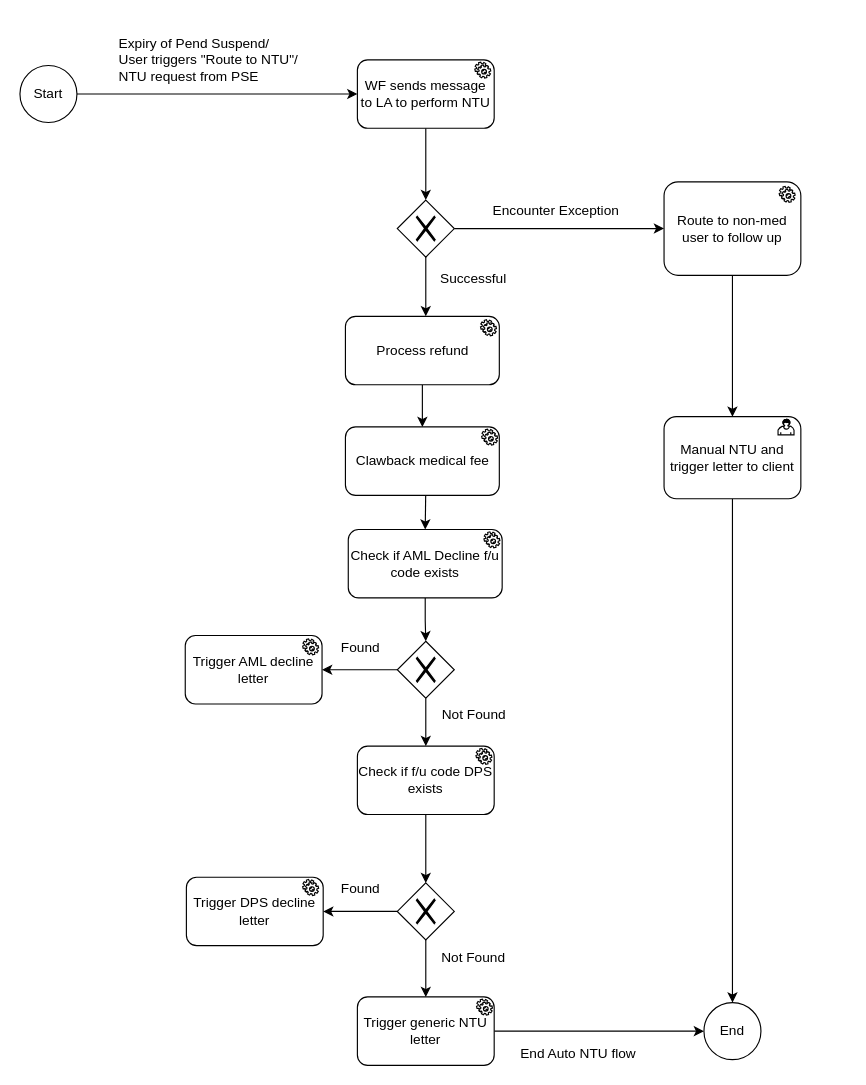
This is page "Auto NTU" (11 of 11) of HS.drawio from Jefferzonlee/WorkFlow-BPR, a draw.io file, before an edit. Source tidied: cells renumbered, new cells numbered last; positions are measured from the earlier drawing's top-left corner, leaving out a move shared by most shapes. Both pictures are drawn from the tidied source at 114%, with x=0, y=0 at pixel (19, 19).
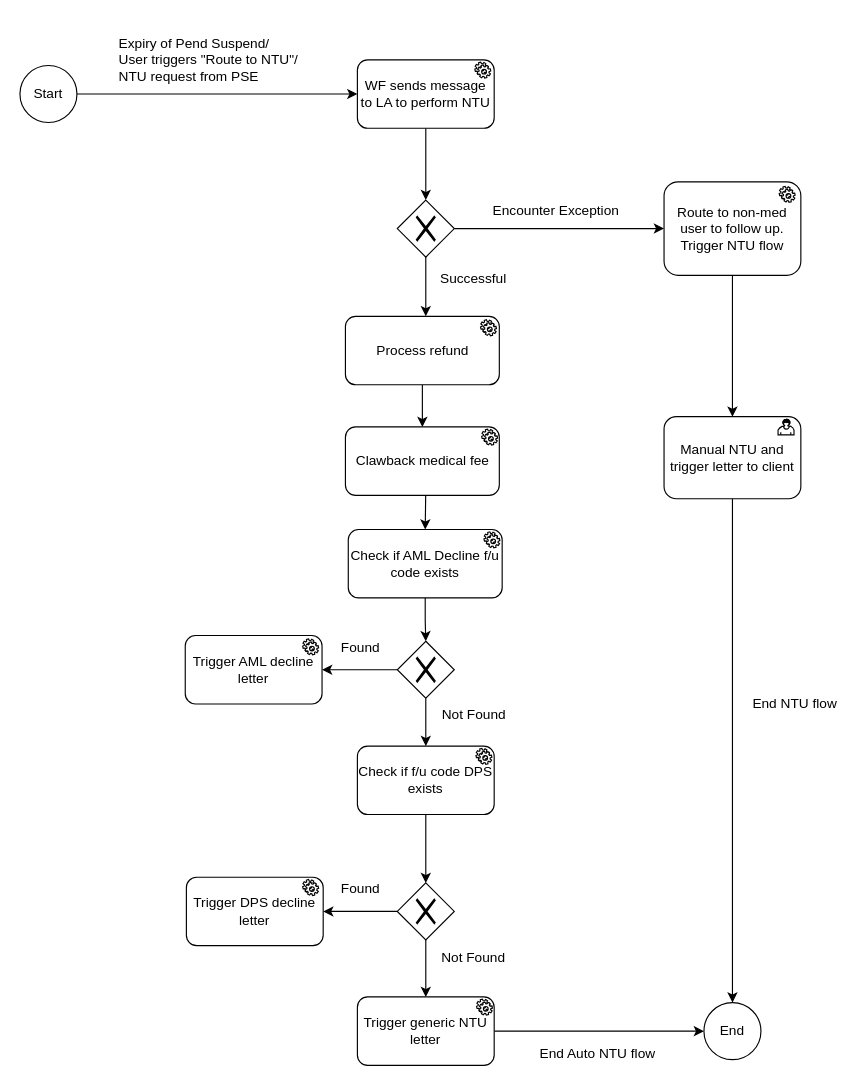
Above is the later version.

Diff of the diagram source:
```diff
@@
-    <mxCell id="31" value="Route to non-med user to follow up" style="rounded=1;whiteSpace=wrap;html=1;" parent="1" vertex="1">
+    <mxCell id="31" value="Route to non-med user to follow up. Trigger NTU flow" style="rounded=1;whiteSpace=wrap;html=1;" parent="1" vertex="1">
       <mxGeometry x="565" y="142" width="120" height="82" as="geometry" />
     </mxCell>
@@
     <mxCell id="33" value="End Auto NTU flow" style="text;html=1;strokeColor=none;fillColor=none;align=center;verticalAlign=middle;whiteSpace=wrap;rounded=0;" parent="1" vertex="1">
-      <mxGeometry x="417.5" y="897" width="144" height="20" as="geometry" />
+      <mxGeometry x="435" y="897" width="144" height="20" as="geometry" />
     </mxCell>
@@
+    <mxCell id="50" value="End NTU flow" style="text;html=1;strokeColor=none;fillColor=none;align=center;verticalAlign=middle;whiteSpace=wrap;rounded=0;" parent="1" vertex="1">
+      <mxGeometry x="635" y="590" width="90" height="20" as="geometry" />
+    </mxCell>
```
